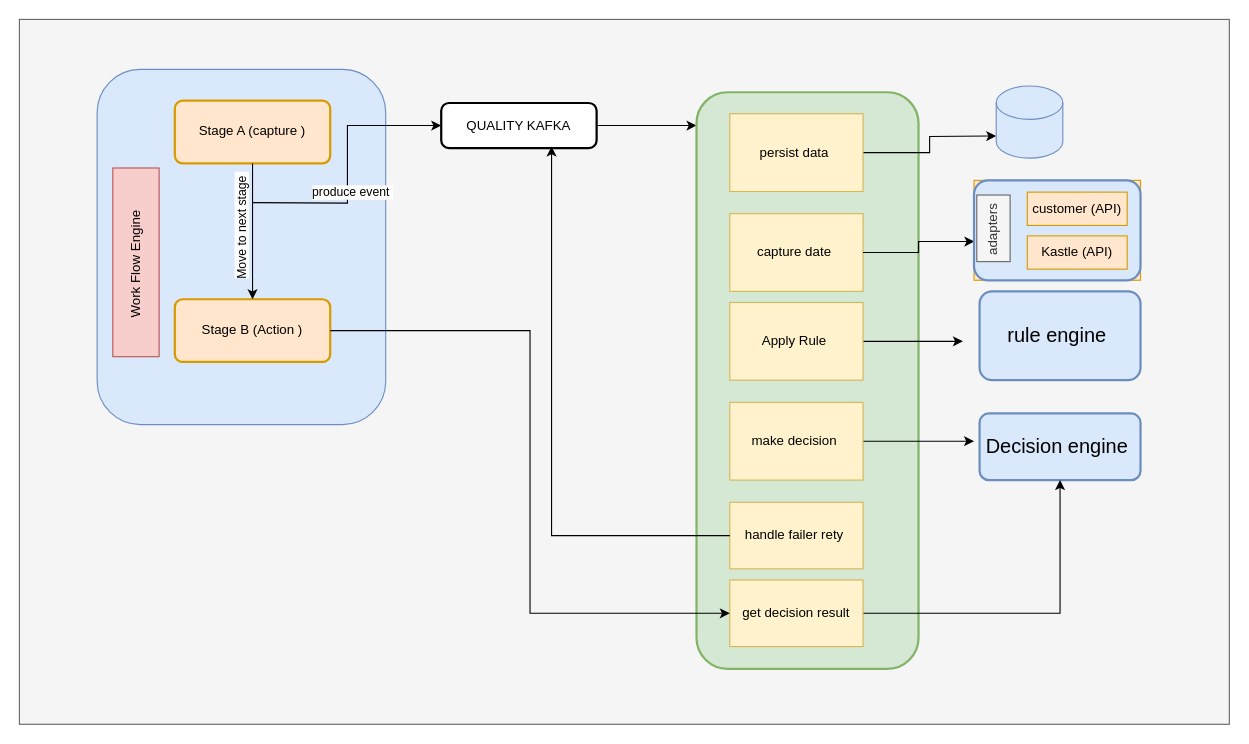
This is page "Page-8" (8 of 9) of decision.drawio from MHosnii/DrawIo, a draw.io file, before an edit. Source tidied: cells renumbered, new cells numbered last; positions are measured from the earlier drawing's top-left corner, leaving out a move shared by most shapes. Both pictures are drawn from the tidied source at 111%, with x=0, y=0 at pixel (19, 19).
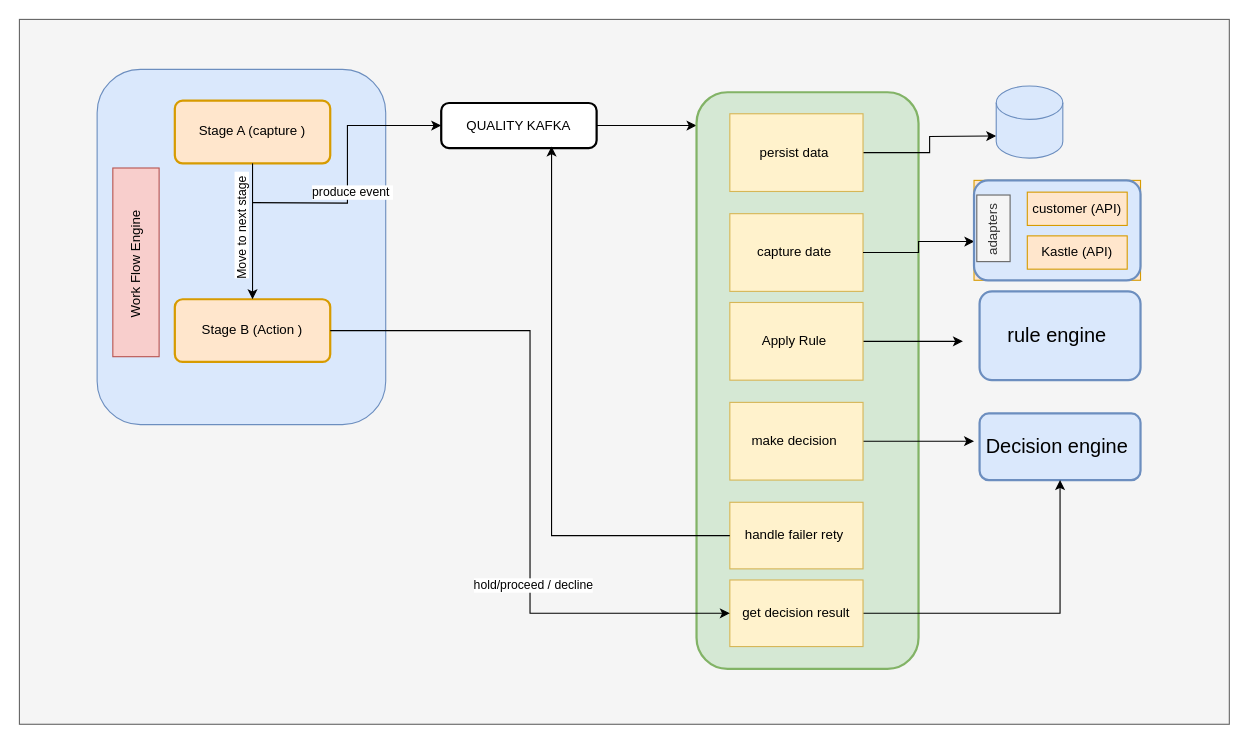
Above is the later version.

Unchanged cells that the change refers to:
```xml
<mxCell id="26" style="edgeStyle=orthogonalEdgeStyle;rounded=0;jettySize=auto;html=1;entryX=0;entryY=0.5;entryDx=0;entryDy=0;" parent="1" edge="1" source="6" target="25">
  <mxGeometry relative="1" as="geometry" />
</mxCell>
```

The edit, as a diff of the source:
```diff
@@
+    <mxCell id="36" value="hold/proceed / decline" style="edgeLabel;html=1;align=center;verticalAlign=middle;" parent="26" vertex="1">
+      <mxGeometry x="0.33" y="2" relative="1" as="geometry" />
+    </mxCell>
```
